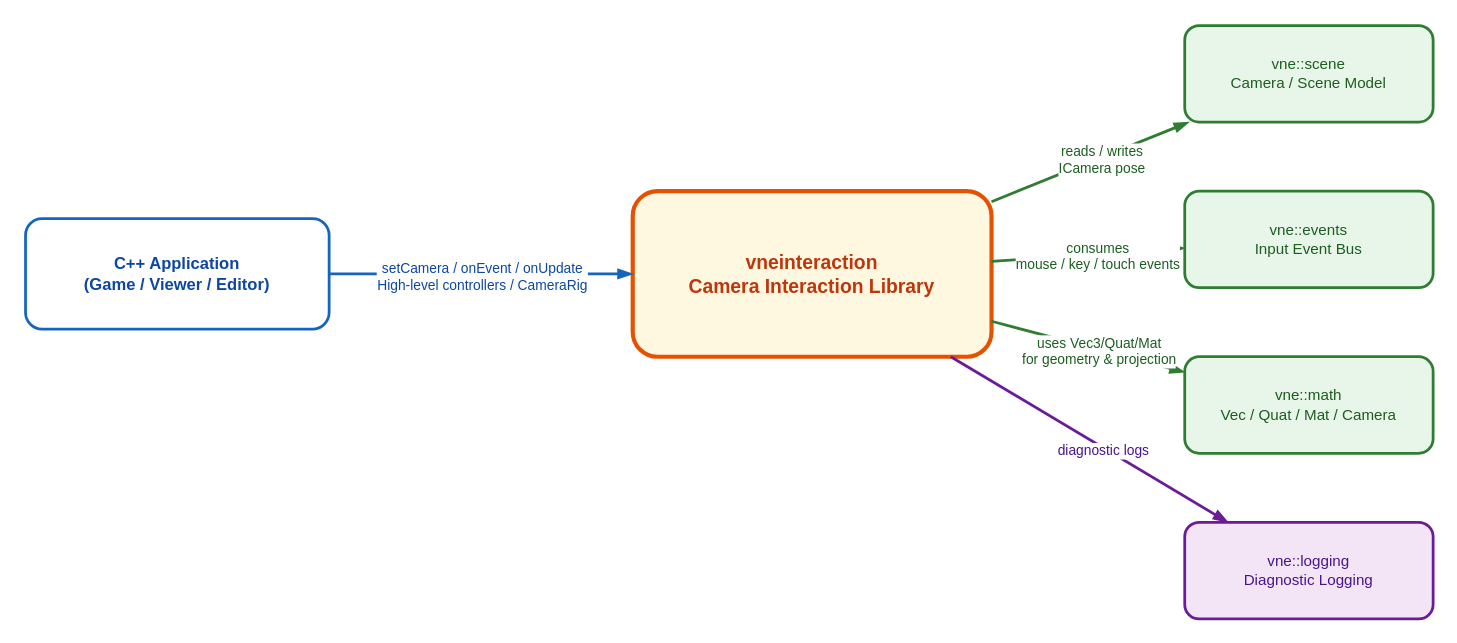
This is docs/vertexnova/interaction/diagrams/context.drawio from vertexnova/vneinteraction, a draw.io file, before an edit. Source tidied: cells renumbered, new cells numbered last; positions are measured from the earlier drawing's top-left corner, leaving out a move shared by most shapes. Both pictures are drawn from the tidied source at 138%, with x=0, y=0 at pixel (25, 25).
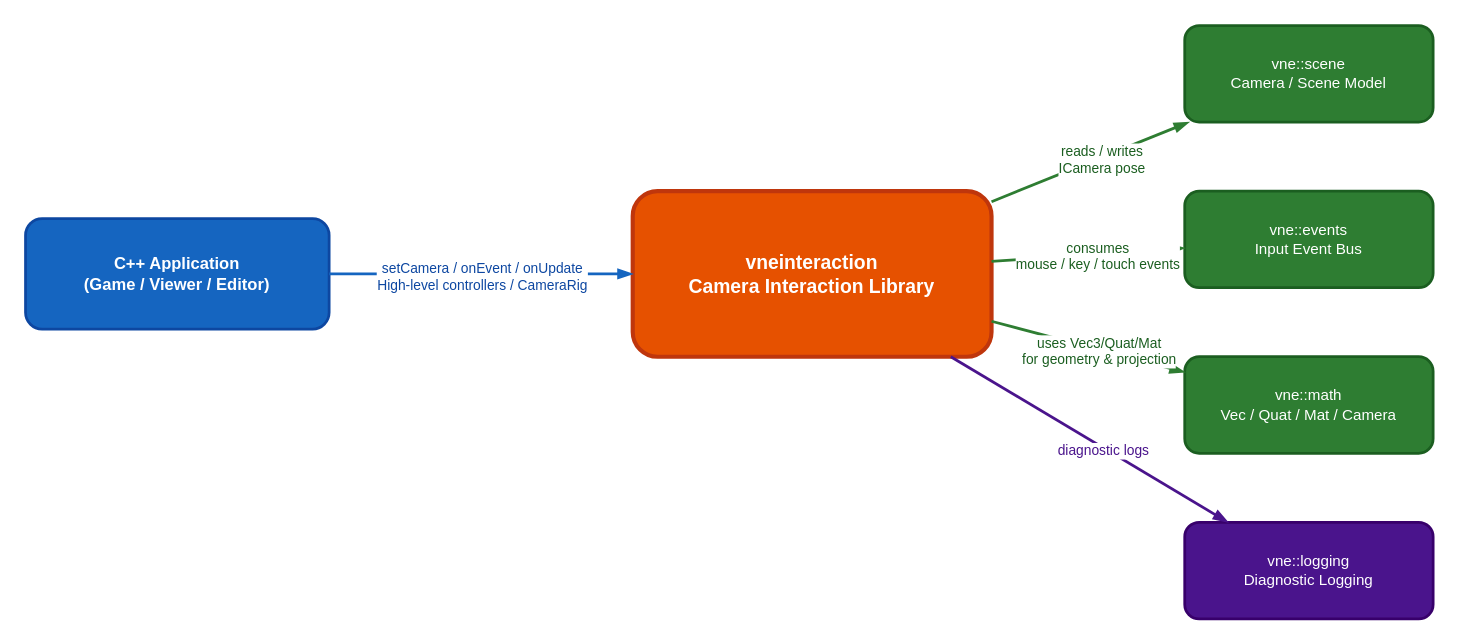
Above is the later version.

Commit message (it also covers changes not shown here):
feat: Update interaction diagrams and enhance visual clarity

Diff of the diagram source:
```diff
@@
 <mxGraphModel>
   <root>
     <mxCell id="0" />
     <mxCell id="1" parent="0" />
-    <mxCell id="2" value="C++ Application&#10;(Game / Viewer / Editor)" style="rounded=1;whiteSpace=wrap;html=1;fillColor=#ffffff;strokeColor=#1565c0;strokeWidth=2;fontStyle=1;fontSize=12;fontColor=#0d47a1;" parent="1" vertex="1">
+    <mxCell id="2" value="C++ Application&#10;(Game / Viewer / Editor)" style="rounded=1;whiteSpace=wrap;html=1;fillColor=#1565c0;strokeColor=#0d47a1;strokeWidth=2;fontStyle=1;fontSize=12;fontColor=#ffffff;" parent="1" vertex="1">
       <mxGeometry y="140" width="220" height="80" as="geometry" />
     </mxCell>
-    <mxCell id="3" value="vneinteraction&#10;Camera Interaction Library" style="rounded=1;whiteSpace=wrap;html=1;fillColor=#fff8e1;strokeColor=#e65100;strokeWidth=3;fontStyle=1;fontSize=14;fontColor=#bf360c;" parent="1" vertex="1">
+    <mxCell id="3" value="vneinteraction&#10;Camera Interaction Library" style="rounded=1;whiteSpace=wrap;html=1;fillColor=#e65100;strokeColor=#bf360c;strokeWidth=3;fontStyle=1;fontSize=14;fontColor=#ffffff;" parent="1" vertex="1">
       <mxGeometry x="440" y="120" width="260" height="120" as="geometry" />
     </mxCell>
-    <mxCell id="4" value="vne::scene&#10;Camera / Scene Model" style="rounded=1;whiteSpace=wrap;html=1;fillColor=#e8f5e9;strokeColor=#2e7d32;strokeWidth=2;fontSize=11;fontColor=#1b5e20;" parent="1" vertex="1">
+    <mxCell id="4" value="vne::scene&#10;Camera / Scene Model" style="rounded=1;whiteSpace=wrap;html=1;fillColor=#2e7d32;strokeColor=#1b5e20;strokeWidth=2;fontSize=11;fontColor=#ffffff;" parent="1" vertex="1">
       <mxGeometry x="840" width="180" height="70" as="geometry" />
     </mxCell>
-    <mxCell id="5" value="vne::events&#10;Input Event Bus" style="rounded=1;whiteSpace=wrap;html=1;fillColor=#e8f5e9;strokeColor=#2e7d32;strokeWidth=2;fontSize=11;fontColor=#1b5e20;" parent="1" vertex="1">
+    <mxCell id="5" value="vne::events&#10;Input Event Bus" style="rounded=1;whiteSpace=wrap;html=1;fillColor=#2e7d32;strokeColor=#1b5e20;strokeWidth=2;fontSize=11;fontColor=#ffffff;" parent="1" vertex="1">
       <mxGeometry x="840" y="120" width="180" height="70" as="geometry" />
     </mxCell>
-    <mxCell id="6" value="vne::math&#10;Vec / Quat / Mat / Camera" style="rounded=1;whiteSpace=wrap;html=1;fillColor=#e8f5e9;strokeColor=#2e7d32;strokeWidth=2;fontSize=11;fontColor=#1b5e20;" parent="1" vertex="1">
+    <mxCell id="6" value="vne::math&#10;Vec / Quat / Mat / Camera" style="rounded=1;whiteSpace=wrap;html=1;fillColor=#2e7d32;strokeColor=#1b5e20;strokeWidth=2;fontSize=11;fontColor=#ffffff;" parent="1" vertex="1">
       <mxGeometry x="840" y="240" width="180" height="70" as="geometry" />
     </mxCell>
-    <mxCell id="7" value="vne::logging&#10;Diagnostic Logging" style="rounded=1;whiteSpace=wrap;html=1;fillColor=#f3e5f5;strokeColor=#6a1b9a;strokeWidth=2;fontSize=11;fontColor=#4a148c;" parent="1" vertex="1">
+    <mxCell id="7" value="vne::logging&#10;Diagnostic Logging" style="rounded=1;whiteSpace=wrap;html=1;fillColor=#4a148c;strokeColor=#38006b;strokeWidth=2;fontSize=11;fontColor=#ffffff;" parent="1" vertex="1">
       <mxGeometry x="840" y="360" width="180" height="70" as="geometry" />
     </mxCell>
     <mxCell id="8" style="endArrow=blockThin;endFill=1;html=1;strokeWidth=2;strokeColor=#1565c0;" parent="1" edge="1" source="2" target="3">
       <mxGeometry relative="1" as="geometry" />
     </mxCell>
-    <mxCell id="9" value="setCamera / onEvent / onUpdate&#10;High-level controllers / CameraRig" style="edgeLabel;html=1;align=center;verticalAlign=middle;fontSize=10;fontColor=#0d47a1;backgroundColor=#ffffff;" parent="8" vertex="1">
+    <mxCell id="9" value="setCamera / onEvent / onUpdate&#10;High-level controllers / CameraRig" style="edgeLabel;html=1;align=center;verticalAlign=middle;fontSize=10;fontColor=#0d47a1;backgroundColor=#e3f2fd;" parent="8" vertex="1">
       <mxGeometry y="-1" relative="1" as="geometry" />
     </mxCell>
     <mxCell id="10" style="endArrow=blockThin;endFill=1;html=1;strokeWidth=2;strokeColor=#2e7d32;" parent="1" edge="1" source="3" target="4">
       <mxGeometry relative="1" as="geometry" />
     </mxCell>
-    <mxCell id="11" value="reads / writes&#10;ICamera pose" style="edgeLabel;html=1;align=center;verticalAlign=middle;fontSize=10;fontColor=#1b5e20;backgroundColor=#ffffff;" parent="10" vertex="1">
+    <mxCell id="11" value="reads / writes&#10;ICamera pose" style="edgeLabel;html=1;align=center;verticalAlign=middle;fontSize=10;fontColor=#1b5e20;backgroundColor=#e8f5e9;" parent="10" vertex="1">
       <mxGeometry x="0.1" y="-1" relative="1" as="geometry" />
     </mxCell>
     <mxCell id="12" style="endArrow=blockThin;endFill=1;html=1;strokeWidth=2;strokeColor=#2e7d32;" parent="1" edge="1" source="3" target="5">
       <mxGeometry relative="1" as="geometry" />
     </mxCell>
-    <mxCell id="13" value="consumes&#10;mouse / key / touch events" style="edgeLabel;html=1;align=center;verticalAlign=middle;fontSize=10;fontColor=#1b5e20;backgroundColor=#ffffff;" parent="12" vertex="1">
+    <mxCell id="13" value="consumes&#10;mouse / key / touch events" style="edgeLabel;html=1;align=center;verticalAlign=middle;fontSize=10;fontColor=#1b5e20;backgroundColor=#e8f5e9;" parent="12" vertex="1">
       <mxGeometry x="0.1" y="-1" relative="1" as="geometry" />
     </mxCell>
     <mxCell id="14" style="endArrow=blockThin;endFill=1;html=1;strokeWidth=2;strokeColor=#2e7d32;" parent="1" edge="1" source="3" target="6">
       <mxGeometry relative="1" as="geometry" />
     </mxCell>
-    <mxCell id="15" value="uses Vec3/Quat/Mat&#10;for geometry &amp; projection" style="edgeLabel;html=1;align=center;verticalAlign=middle;fontSize=10;fontColor=#1b5e20;backgroundColor=#ffffff;" parent="14" vertex="1">
+    <mxCell id="15" value="uses Vec3/Quat/Mat&#10;for geometry &amp; projection" style="edgeLabel;html=1;align=center;verticalAlign=middle;fontSize=10;fontColor=#1b5e20;backgroundColor=#e8f5e9;" parent="14" vertex="1">
       <mxGeometry x="0.1" y="-1" relative="1" as="geometry" />
     </mxCell>
-    <mxCell id="16" style="endArrow=blockThin;endFill=1;html=1;strokeWidth=2;strokeColor=#6a1b9a;" parent="1" edge="1" source="3" target="7">
+    <mxCell id="16" style="endArrow=blockThin;endFill=1;html=1;strokeWidth=2;strokeColor=#4a148c;" parent="1" edge="1" source="3" target="7">
       <mxGeometry relative="1" as="geometry" />
     </mxCell>
-    <mxCell id="17" value="diagnostic logs" style="edgeLabel;html=1;align=center;verticalAlign=middle;fontSize=10;fontColor=#4a148c;backgroundColor=#ffffff;" parent="16" vertex="1">
+    <mxCell id="17" value="diagnostic logs" style="edgeLabel;html=1;align=center;verticalAlign=middle;fontSize=10;fontColor=#4a148c;backgroundColor=#f3e5f5;" parent="16" vertex="1">
       <mxGeometry x="0.1" y="-1" relative="1" as="geometry" />
     </mxCell>
   </root>
 </mxGraphModel>
```
